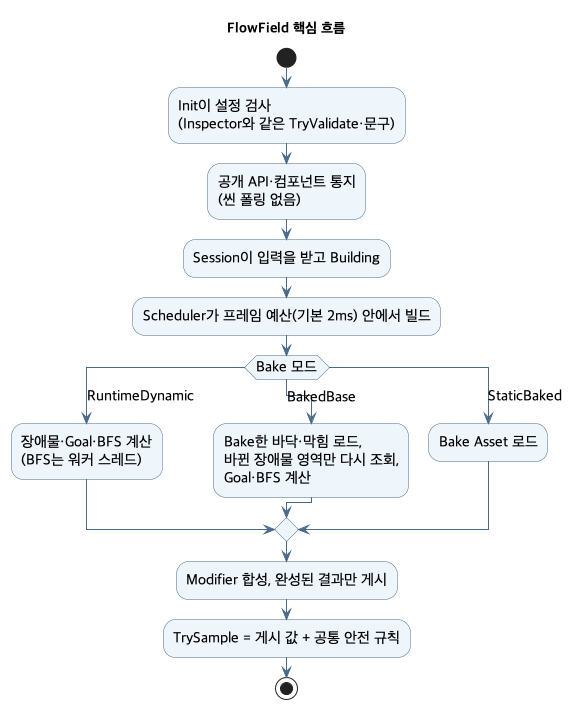
Above: ToyProject/Assets/_FlowField/Docs/Images/flowfield-uml.png in youwonsock/tool-unity-editor (PlantUML), before the change.
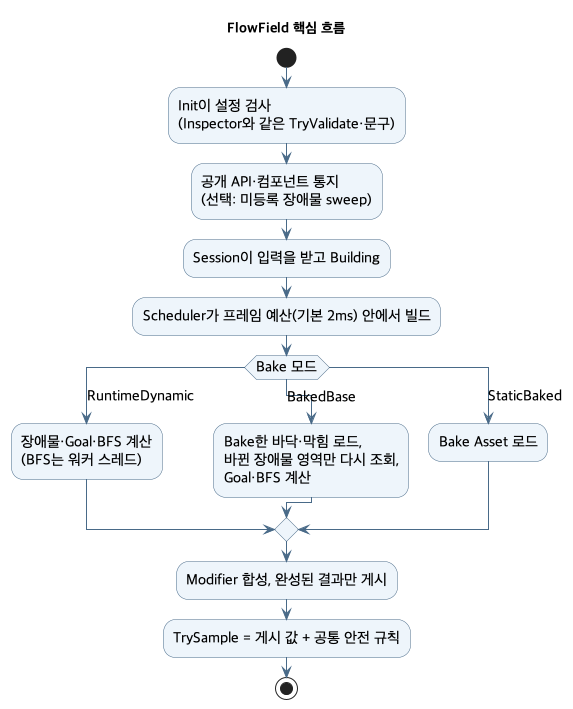
After the change.

What changed in the source:
```diff
@@ -11,7 +11,7 @@
 
 start
 :Init이 설정 검사\n(Inspector와 같은 TryValidate·문구);
-:공개 API·컴포넌트 통지\n(씬 폴링 없음);
+:공개 API·컴포넌트 통지\n(선택: 미등록 장애물 sweep);
 :Session이 입력을 받고 Building;
 :Scheduler가 프레임 예산(기본 2ms) 안에서 빌드;
 switch (Bake 모드)
```
